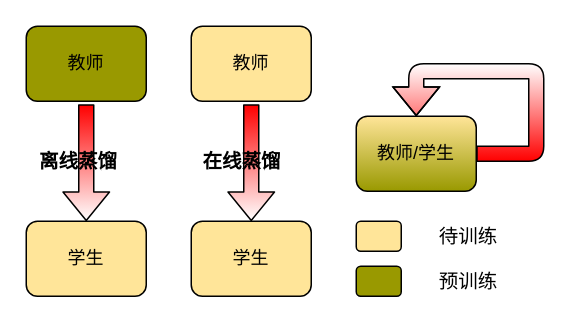
Noeverer/Mindmap keeps this draw.io diagram as diff-KD.drawio. Above is the earlier version. Source tidied: cells renumbered, new cells numbered last; positions are measured from the earlier drawing's top-left corner, leaving out a move shared by most shapes. Both pictures are drawn from the tidied source at 150%, with x=0, y=0 at pixel (26, 26).
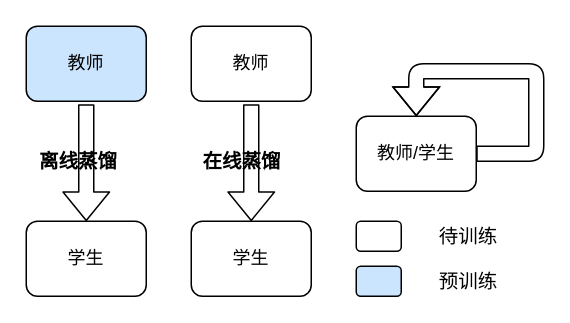
After the change.

The edit, as a diff of the source:
```diff
@@
 <mxGraphModel>
   <root>
     <mxCell id="0" />
     <mxCell id="1" parent="0" />
-    <mxCell id="2" value="教师" style="rounded=1;whiteSpace=wrap;html=1;fillColor=#999900;" parent="1" vertex="1">
+    <mxCell id="2" value="教师" style="rounded=1;whiteSpace=wrap;html=1;fillColor=#CCE5FF;" parent="1" vertex="1">
       <mxGeometry width="80" height="50" as="geometry" />
     </mxCell>
-    <mxCell id="3" value="学生" style="rounded=1;whiteSpace=wrap;html=1;fillColor=#FFE599;" parent="1" vertex="1">
+    <mxCell id="3" value="学生" style="rounded=1;whiteSpace=wrap;html=1;fillColor=none;" parent="1" vertex="1">
       <mxGeometry y="130" width="80" height="50" as="geometry" />
     </mxCell>
-    <mxCell id="4" style="shape=flexArrow;endArrow=classic;html=1;fillColor=#ffffff;gradientColor=#FF0000;gradientDirection=north;" parent="1" edge="1">
+    <mxCell id="4" style="shape=flexArrow;endArrow=classic;html=1;gradientColor=#FF0000;gradientDirection=north;" parent="1" edge="1">
       <mxGeometry relative="1" as="geometry">
         <mxPoint x="40" y="52" as="sourcePoint" />
         <mxPoint x="40" y="130" as="targetPoint" />
       </mxGeometry>
     </mxCell>
-    <mxCell id="5" value="教师" style="rounded=1;whiteSpace=wrap;html=1;fillColor=#FFE599;" parent="1" vertex="1">
+    <mxCell id="5" value="教师" style="rounded=1;whiteSpace=wrap;html=1;fillColor=none;" parent="1" vertex="1">
       <mxGeometry x="110" width="80" height="50" as="geometry" />
     </mxCell>
-    <mxCell id="6" value="学生" style="rounded=1;whiteSpace=wrap;html=1;fillColor=#FFE599;" parent="1" vertex="1">
+    <mxCell id="6" value="学生" style="rounded=1;whiteSpace=wrap;html=1;fillColor=none;" parent="1" vertex="1">
       <mxGeometry x="110" y="130" width="80" height="50" as="geometry" />
     </mxCell>
-    <mxCell id="7" style="shape=flexArrow;endArrow=classic;html=1;fillColor=#ffffff;gradientColor=#FF0000;gradientDirection=north;" parent="1" edge="1">
+    <mxCell id="7" style="shape=flexArrow;endArrow=classic;html=1;gradientColor=#FF0000;gradientDirection=north;" parent="1" edge="1">
       <mxGeometry relative="1" as="geometry">
         <mxPoint x="150" y="52" as="sourcePoint" />
         <mxPoint x="150" y="130" as="targetPoint" />
       </mxGeometry>
     </mxCell>
-    <mxCell id="8" value="教师/学生" style="rounded=1;whiteSpace=wrap;html=1;fillColor=#999900;gradientColor=#FFE599;gradientDirection=north;" parent="1" vertex="1">
+    <mxCell id="8" value="教师/学生" style="rounded=1;whiteSpace=wrap;html=1;gradientColor=#FFE599;gradientDirection=north;fillColor=none;" parent="1" vertex="1">
       <mxGeometry x="220" y="60" width="80" height="50" as="geometry" />
     </mxCell>
-    <mxCell id="9" value="离线蒸馏" style="text;html=1;strokeColor=none;fillColor=none;align=center;verticalAlign=middle;whiteSpace=wrap;rounded=0;fontStyle=1;fontSize=13;" parent="1" vertex="1">
+    <mxCell id="9" value="离线蒸馏" style="text;html=1;strokeColor=none;align=center;verticalAlign=middle;whiteSpace=wrap;rounded=0;fontStyle=1;fontSize=13;" parent="1" vertex="1">
       <mxGeometry y="80" width="70" height="20" as="geometry" />
     </mxCell>
-    <mxCell id="10" value="在线蒸馏" style="text;html=1;strokeColor=none;fillColor=none;align=center;verticalAlign=middle;whiteSpace=wrap;rounded=0;fontStyle=1;fontSize=13;" parent="1" vertex="1">
+    <mxCell id="10" value="在线蒸馏" style="text;html=1;strokeColor=none;align=center;verticalAlign=middle;whiteSpace=wrap;rounded=0;fontStyle=1;fontSize=13;" parent="1" vertex="1">
       <mxGeometry x="110" y="80" width="67.5" height="20" as="geometry" />
     </mxCell>
-    <mxCell id="11" style="edgeStyle=orthogonalEdgeStyle;orthogonalLoop=1;jettySize=auto;html=1;exitX=1;exitY=0.5;exitDx=0;exitDy=0;entryX=0.5;entryY=0;entryDx=0;entryDy=0;fillColor=#ffffff;gradientColor=#FF0000;fontSize=11;rounded=1;gradientDirection=south;shape=flexArrow;" parent="1" edge="1" source="8" target="8">
+    <mxCell id="11" style="edgeStyle=orthogonalEdgeStyle;orthogonalLoop=1;jettySize=auto;html=1;exitX=1;exitY=0.5;exitDx=0;exitDy=0;entryX=0.5;entryY=0;entryDx=0;entryDy=0;gradientColor=#FF0000;fontSize=11;rounded=1;gradientDirection=south;shape=flexArrow;" parent="1" edge="1" source="8" target="8">
       <mxGeometry relative="1" as="geometry">
         <Array as="points">
           <mxPoint x="340" y="85" />
           <mxPoint x="340" y="30" />
           <mxPoint x="260" y="30" />
         </Array>
       </mxGeometry>
     </mxCell>
-    <mxCell id="12" style="rounded=1;whiteSpace=wrap;html=1;fillColor=#FFE599;gradientColor=#FFE599;fontSize=13;" parent="1" vertex="1">
+    <mxCell id="12" style="rounded=1;whiteSpace=wrap;html=1;fontSize=13;fillColor=none;" parent="1" vertex="1">
       <mxGeometry x="220" y="130" width="30" height="20" as="geometry" />
     </mxCell>
-    <mxCell id="13" value="待训练" style="text;html=1;strokeColor=none;fillColor=none;align=center;verticalAlign=middle;whiteSpace=wrap;rounded=0;fontSize=13;" parent="1" vertex="1">
+    <mxCell id="13" value="待训练" style="text;html=1;strokeColor=none;align=center;verticalAlign=middle;whiteSpace=wrap;rounded=0;fontSize=13;" parent="1" vertex="1">
       <mxGeometry x="270" y="130" width="50" height="20" as="geometry" />
     </mxCell>
-    <mxCell id="14" style="rounded=1;whiteSpace=wrap;html=1;fontSize=13;fillColor=#999900;" parent="1" vertex="1">
+    <mxCell id="14" style="rounded=1;whiteSpace=wrap;html=1;fontSize=13;fillColor=#CCE5FF;" parent="1" vertex="1">
       <mxGeometry x="220" y="160" width="30" height="20" as="geometry" />
     </mxCell>
-    <mxCell id="15" value="预训练" style="text;html=1;strokeColor=none;fillColor=none;align=center;verticalAlign=middle;whiteSpace=wrap;rounded=0;fontSize=13;" parent="1" vertex="1">
+    <mxCell id="15" value="预训练" style="text;html=1;strokeColor=none;align=center;verticalAlign=middle;whiteSpace=wrap;rounded=0;fontSize=13;" parent="1" vertex="1">
       <mxGeometry x="270" y="160" width="50" height="20" as="geometry" />
     </mxCell>
   </root>
 </mxGraphModel>
```
